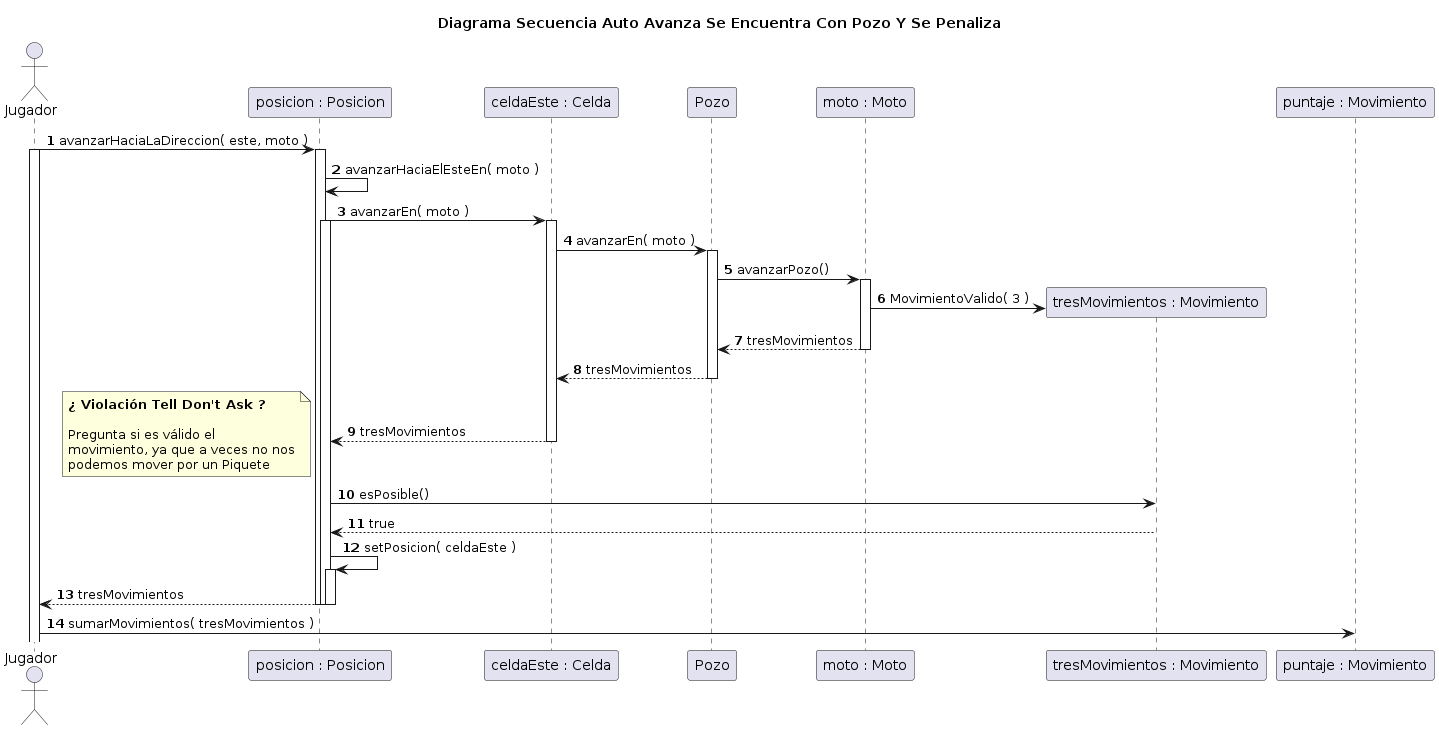
The PlantUML diagram diagrams/borradores/v2/img/DiagramaSecuenciaCasoConPozoEnAuto.png in rodrigovzq/algo3_tp2, before a commit.
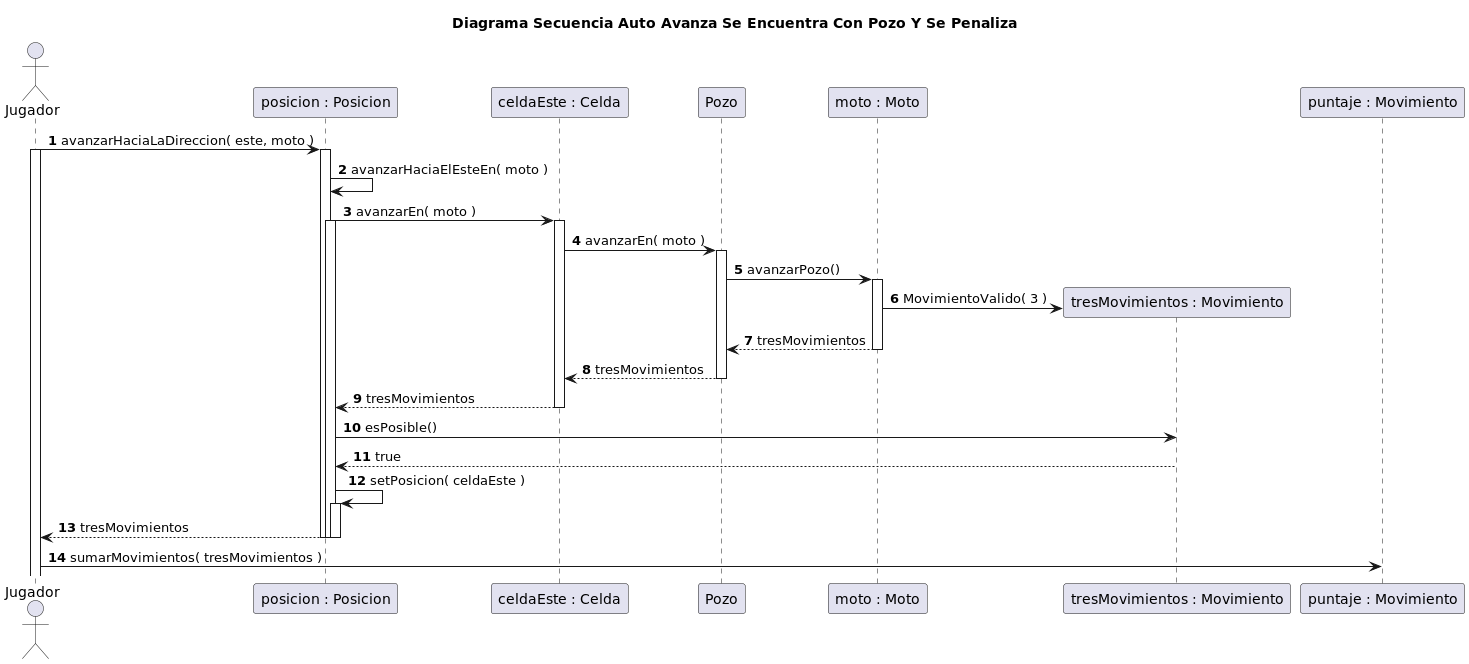
After the commit.

The edit, as a diff of the source:
```diff
@@ -24,13 +24,6 @@
 "celdaEste : Celda" --> "posicion : Posicion": tresMovimientos
 deactivate "celdaEste : Celda"
 
-note left
-**¿ Violación Tell Don't Ask ?**
-
-Pregunta si es válido el
-movimiento, ya que a veces no nos
-podemos mover por un Piquete
-end note
 
 "tresMovimientos : Movimiento" <- "posicion : Posicion": esPosible()
 "tresMovimientos : Movimiento" --> "posicion : Posicion": true
```
